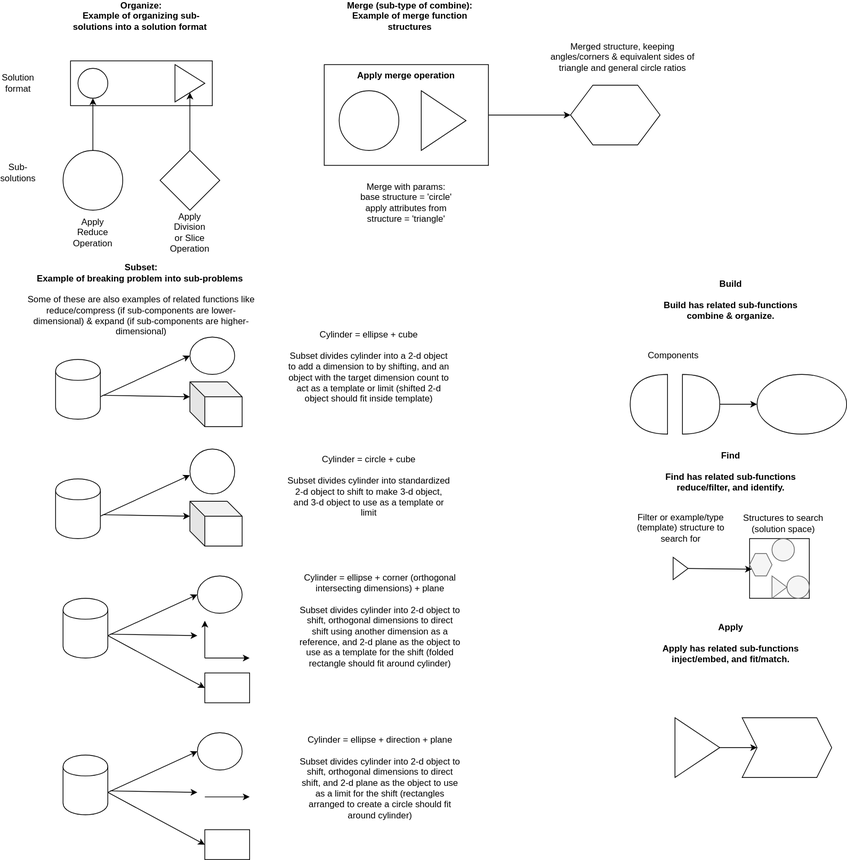
outdreamer/build-a-cure keeps this draw.io diagram as docs/objects/core_functions.svg. Above is the earlier version. Source tidied: cells renumbered, new cells last; positions are measured from the earlier drawing's top-left corner, leaving out a move shared by most shapes.
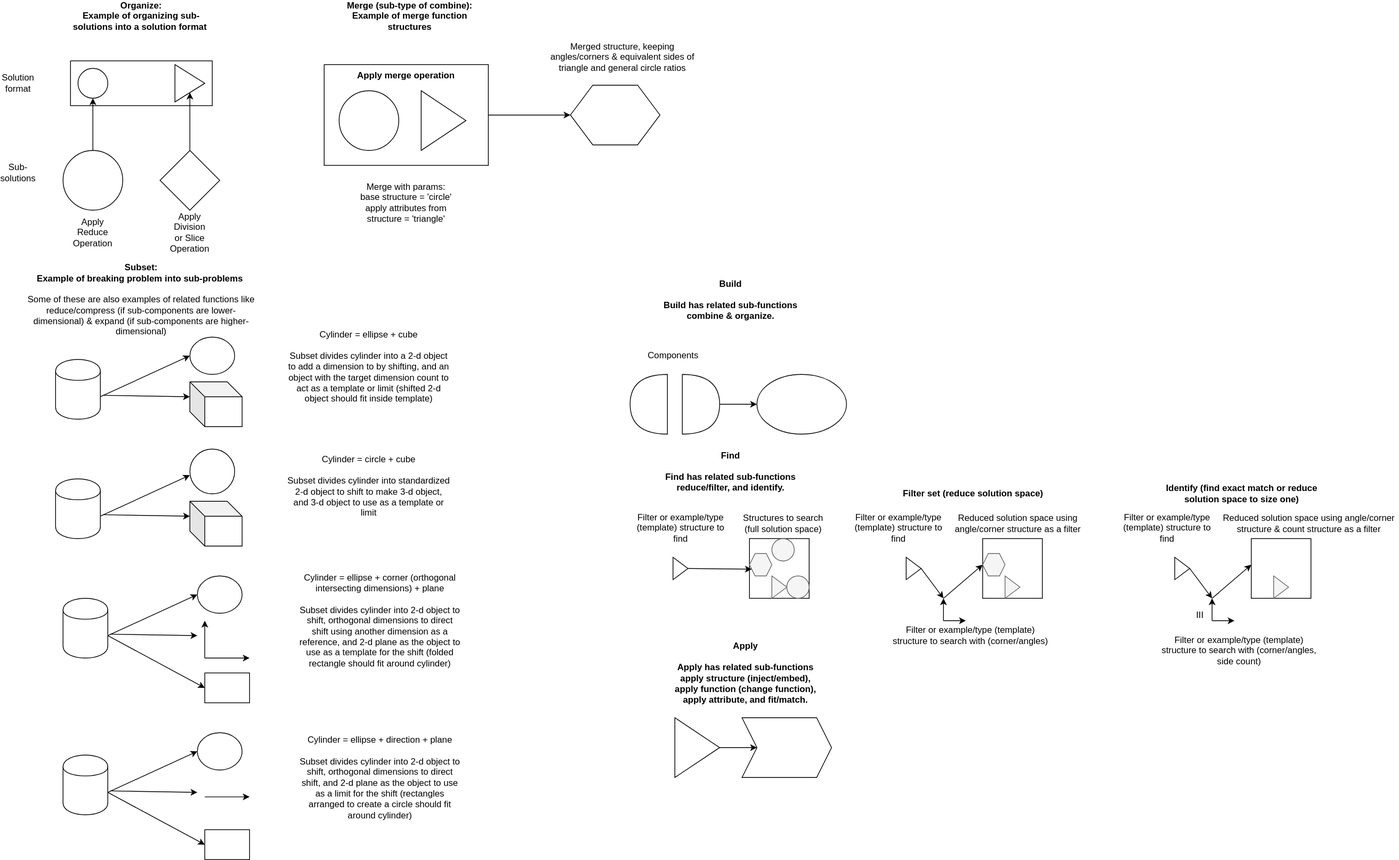
After the change.

The edit, as a diff of the source:
```diff
@@ -199,8 +199,8 @@
     <mxCell id="58" value="Find&lt;br&gt;&lt;br&gt;Find has related sub-functions reduce/filter, and identify." style="text;html=1;strokeColor=none;fillColor=none;align=center;verticalAlign=middle;whiteSpace=wrap;rounded=0;fontStyle=1;" parent="1" vertex="1">
       <mxGeometry x="870" y="610" width="210" height="20" as="geometry" />
     </mxCell>
-    <mxCell id="59" value="Apply&lt;br&gt;&lt;br&gt;Apply has related sub-functions inject/embed, and fit/match." style="text;html=1;strokeColor=none;fillColor=none;align=center;verticalAlign=middle;whiteSpace=wrap;rounded=0;fontStyle=1;" parent="1" vertex="1">
-      <mxGeometry x="870" y="840" width="210" height="20" as="geometry" />
+    <mxCell id="59" value="Apply&lt;br&gt;&lt;br&gt;Apply has related sub-functions apply structure (inject/embed), apply function (change function), apply attribute, and fit/match." style="text;html=1;strokeColor=none;fillColor=none;align=center;verticalAlign=middle;whiteSpace=wrap;rounded=0;fontStyle=1;" parent="1" vertex="1">
+      <mxGeometry x="890" y="880" width="210" height="20" as="geometry" />
     </mxCell>
     <mxCell id="60" style="endArrow=classic;html=1;entryX=0;entryY=0.5;entryDx=0;entryDy=0;exitX=1;exitY=0.5;exitDx=0;exitDy=0;exitPerimeter=0;" parent="1" edge="1">
       <mxGeometry relative="1" as="geometry">
@@ -232,10 +232,10 @@
     <mxCell id="68" style="triangle;whiteSpace=wrap;html=1;" parent="1" vertex="1">
       <mxGeometry x="897.5" y="735" width="20" height="30" as="geometry" />
     </mxCell>
-    <mxCell id="69" value="Filter or example/type (template) structure to search for" style="text;html=1;strokeColor=none;fillColor=none;align=center;verticalAlign=middle;whiteSpace=wrap;rounded=0;" parent="1" vertex="1">
+    <mxCell id="69" value="Filter or example/type (template) structure to find" style="text;html=1;strokeColor=none;fillColor=none;align=center;verticalAlign=middle;whiteSpace=wrap;rounded=0;" parent="1" vertex="1">
       <mxGeometry x="847.5" y="686" width="120" height="20" as="geometry" />
     </mxCell>
-    <mxCell id="70" value="Structures to search (solution space)" style="text;html=1;strokeColor=none;fillColor=none;align=center;verticalAlign=middle;whiteSpace=wrap;rounded=0;" parent="1" vertex="1">
+    <mxCell id="70" value="Structures to search (full solution space)" style="text;html=1;strokeColor=none;fillColor=none;align=center;verticalAlign=middle;whiteSpace=wrap;rounded=0;" parent="1" vertex="1">
       <mxGeometry x="987.5" y="680" width="115" height="20" as="geometry" />
     </mxCell>
     <mxCell id="71" style="endArrow=classic;html=1;exitX=1;exitY=0.5;exitDx=0;exitDy=0;entryX=0;entryY=0.75;entryDx=0;entryDy=0;" parent="1" edge="1" source="68" target="66">
@@ -244,5 +244,98 @@
     <mxCell id="72" value="Components" style="text;html=1;strokeColor=none;fillColor=none;align=center;verticalAlign=middle;whiteSpace=wrap;rounded=0;" parent="1" vertex="1">
       <mxGeometry x="878" y="455" width="40" height="20" as="geometry" />
     </mxCell>
+    <mxCell id="73" style="whiteSpace=wrap;html=1;" parent="1" vertex="1">
+      <mxGeometry x="1312.5" y="710" width="80" height="80" as="geometry" />
+    </mxCell>
+    <mxCell id="74" style="shape=hexagon;perimeter=hexagonPerimeter2;whiteSpace=wrap;html=1;fillColor=#f5f5f5;strokeColor=#666666;fontColor=#333333;" parent="1" vertex="1">
+      <mxGeometry x="1312.5" y="730" width="30" height="30" as="geometry" />
+    </mxCell>
+    <mxCell id="75" style="triangle;whiteSpace=wrap;html=1;fillColor=#f5f5f5;strokeColor=#666666;fontColor=#333333;" parent="1" vertex="1">
+      <mxGeometry x="1342.5" y="760" width="20" height="30" as="geometry" />
+    </mxCell>
+    <mxCell id="76" style="triangle;whiteSpace=wrap;html=1;" parent="1" vertex="1">
+      <mxGeometry x="1210" y="735" width="20" height="30" as="geometry" />
+    </mxCell>
+    <mxCell id="77" value="Filter or example/type (template) structure to find" style="text;html=1;strokeColor=none;fillColor=none;align=center;verticalAlign=middle;whiteSpace=wrap;rounded=0;" parent="1" vertex="1">
+      <mxGeometry x="1140" y="686" width="120" height="20" as="geometry" />
+    </mxCell>
+    <mxCell id="78" value="Reduced solution space using angle/corner structure as a filter" style="text;html=1;strokeColor=none;fillColor=none;align=center;verticalAlign=middle;whiteSpace=wrap;rounded=0;" parent="1" vertex="1">
+      <mxGeometry x="1270" y="680" width="180" height="20" as="geometry" />
+    </mxCell>
+    <mxCell id="79" style="endArrow=classic;html=1;exitX=1;exitY=0.5;exitDx=0;exitDy=0;" parent="1" edge="1" source="76">
+      <mxGeometry relative="1" as="geometry">
+        <mxPoint x="1260" y="790" as="targetPoint" />
+      </mxGeometry>
+    </mxCell>
+    <mxCell id="80" style="endArrow=classic;html=1;entryX=0;entryY=0.5;entryDx=0;entryDy=0;" parent="1" edge="1" target="74">
+      <mxGeometry relative="1" as="geometry">
+        <mxPoint x="1260" y="790" as="sourcePoint" />
+      </mxGeometry>
+    </mxCell>
+    <mxCell id="81" style="endArrow=classic;html=1;" parent="1" edge="1">
+      <mxGeometry relative="1" as="geometry">
+        <mxPoint x="1260" y="820" as="sourcePoint" />
+        <mxPoint x="1290" y="820" as="targetPoint" />
+      </mxGeometry>
+    </mxCell>
+    <mxCell id="82" style="endArrow=classic;html=1;" parent="1" edge="1">
+      <mxGeometry relative="1" as="geometry">
+        <mxPoint x="1260" y="820" as="sourcePoint" />
+        <mxPoint x="1260" y="790" as="targetPoint" />
+      </mxGeometry>
+    </mxCell>
+    <mxCell id="83" value="Filter or example/type (template) structure to search with (corner/angles)" style="text;html=1;strokeColor=none;fillColor=none;align=center;verticalAlign=middle;whiteSpace=wrap;rounded=0;" parent="1" vertex="1">
+      <mxGeometry x="1190" y="830" width="212.5" height="20" as="geometry" />
+    </mxCell>
+    <mxCell id="84" value="Filter set (reduce solution space)" style="text;html=1;strokeColor=none;fillColor=none;align=center;verticalAlign=middle;whiteSpace=wrap;rounded=0;fontStyle=1;" parent="1" vertex="1">
+      <mxGeometry x="1190" y="640" width="220" height="20" as="geometry" />
+    </mxCell>
+    <mxCell id="85" style="whiteSpace=wrap;html=1;" parent="1" vertex="1">
+      <mxGeometry x="1672.5" y="710" width="80" height="80" as="geometry" />
+    </mxCell>
+    <mxCell id="86" style="triangle;whiteSpace=wrap;html=1;fillColor=#f5f5f5;strokeColor=#666666;fontColor=#333333;" parent="1" vertex="1">
+      <mxGeometry x="1702.5" y="760" width="20" height="30" as="geometry" />
+    </mxCell>
+    <mxCell id="87" style="triangle;whiteSpace=wrap;html=1;" parent="1" vertex="1">
+      <mxGeometry x="1570" y="735" width="20" height="30" as="geometry" />
+    </mxCell>
+    <mxCell id="88" value="Filter or example/type (template) structure to find" style="text;html=1;strokeColor=none;fillColor=none;align=center;verticalAlign=middle;whiteSpace=wrap;rounded=0;" parent="1" vertex="1">
+      <mxGeometry x="1500" y="686" width="120" height="20" as="geometry" />
+    </mxCell>
+    <mxCell id="89" value="Reduced solution space using angle/corner structure &amp;amp; count structure as a filter" style="text;html=1;strokeColor=none;fillColor=none;align=center;verticalAlign=middle;whiteSpace=wrap;rounded=0;" parent="1" vertex="1">
+      <mxGeometry x="1630" y="680" width="240" height="20" as="geometry" />
+    </mxCell>
+    <mxCell id="90" style="endArrow=classic;html=1;exitX=1;exitY=0.5;exitDx=0;exitDy=0;" parent="1" edge="1" source="87">
+      <mxGeometry relative="1" as="geometry">
+        <mxPoint x="1620" y="790" as="targetPoint" />
+      </mxGeometry>
+    </mxCell>
+    <mxCell id="91" style="endArrow=classic;html=1;entryX=0;entryY=0.5;entryDx=0;entryDy=0;" parent="1" edge="1">
+      <mxGeometry relative="1" as="geometry">
+        <mxPoint x="1620" y="790" as="sourcePoint" />
+        <mxPoint x="1672.5" y="745" as="targetPoint" />
+      </mxGeometry>
+    </mxCell>
+    <mxCell id="92" style="endArrow=classic;html=1;" parent="1" edge="1">
+      <mxGeometry relative="1" as="geometry">
+        <mxPoint x="1620" y="820" as="sourcePoint" />
+        <mxPoint x="1650" y="820" as="targetPoint" />
+      </mxGeometry>
+    </mxCell>
+    <mxCell id="93" style="endArrow=classic;html=1;" parent="1" edge="1">
+      <mxGeometry relative="1" as="geometry">
+        <mxPoint x="1620" y="820" as="sourcePoint" />
+        <mxPoint x="1620" y="790" as="targetPoint" />
+      </mxGeometry>
+    </mxCell>
+    <mxCell id="94" value="Filter or example/type (template) structure to search with (corner/angles, side count)" style="text;html=1;strokeColor=none;fillColor=none;align=center;verticalAlign=middle;whiteSpace=wrap;rounded=0;" parent="1" vertex="1">
+      <mxGeometry x="1550" y="850" width="212.5" height="20" as="geometry" />
+    </mxCell>
+    <mxCell id="95" value="Identify (find exact match or reduce solution space to size one)" style="text;html=1;strokeColor=none;fillColor=none;align=center;verticalAlign=middle;whiteSpace=wrap;rounded=0;fontStyle=1;" parent="1" vertex="1">
+      <mxGeometry x="1550" y="640" width="220" height="20" as="geometry" />
+    </mxCell>
+    <mxCell id="96" value="III" style="text;html=1;strokeColor=none;fillColor=none;align=center;verticalAlign=middle;whiteSpace=wrap;rounded=0;" parent="1" vertex="1">
+      <mxGeometry x="1584" y="803" width="40" height="20" as="geometry" />
+    </mxCell>
   </root>
 </mxGraphModel>
```
